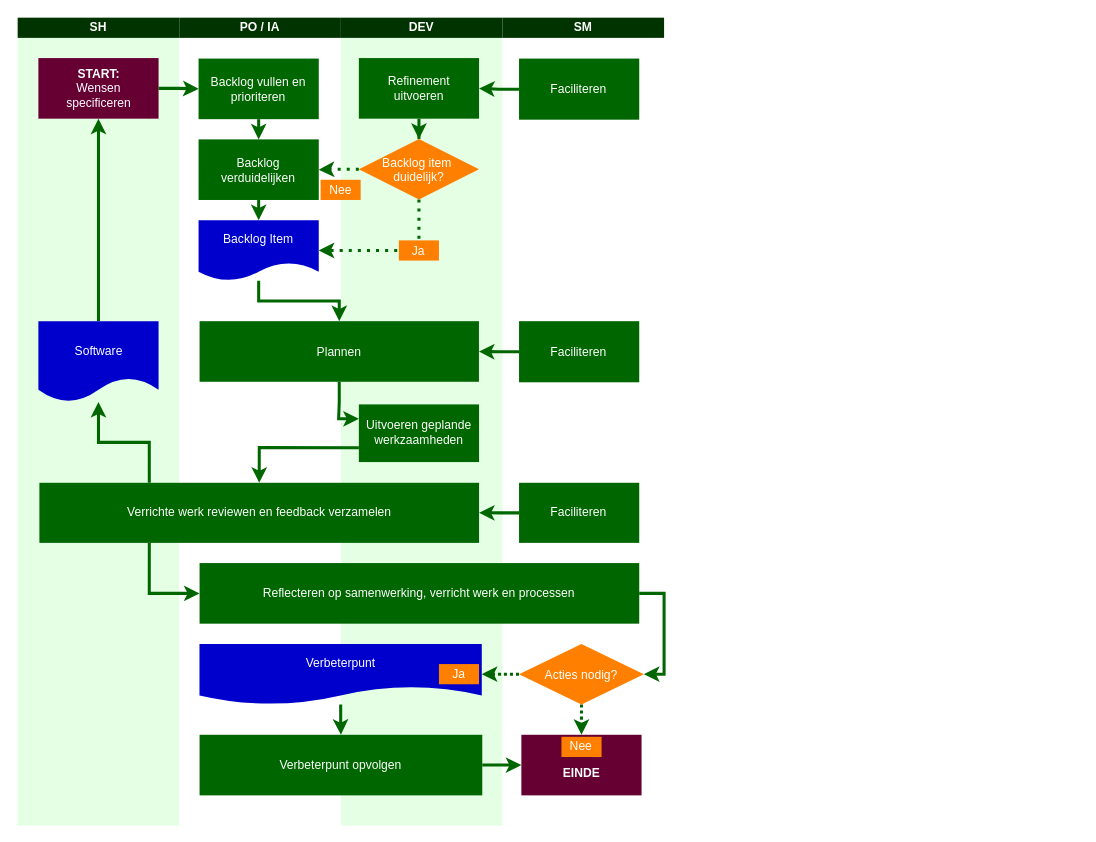
Earlier version of the draw.io diagram diagrammen/2025-05-10 Opdracht 2 IST Swimlane.drawio (LeroyGerrits/zuyd). Source tidied: cells renumbered, new cells numbered last; positions are measured from the earlier drawing's top-left corner, leaving out a move shared by most shapes. Both pictures are drawn from the tidied source at 101%, with x=0, y=0 at pixel (17, 17).
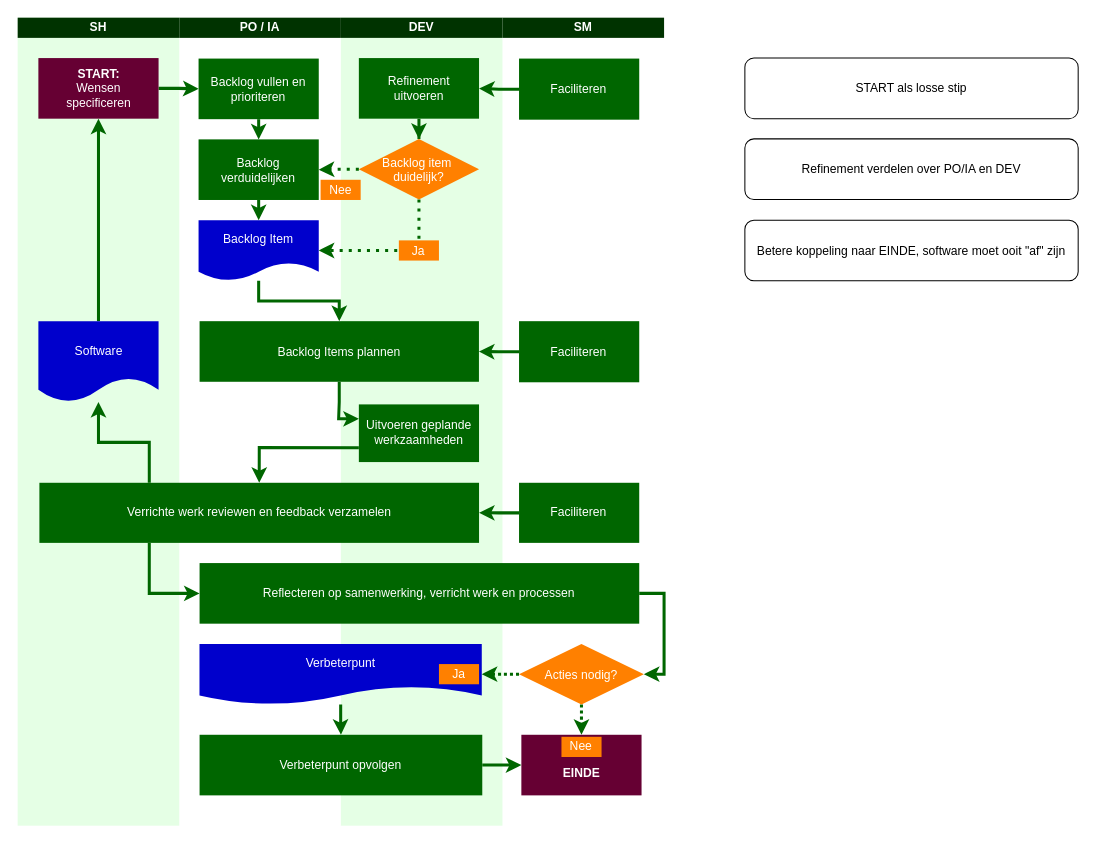
The same page after the edit.

What changed in the source:
```diff
@@
-    <mxCell id="28" value="Plannen" style="whiteSpace=wrap;strokeColor=none;fillColor=#006600;shadow=0;fontColor=#FFFFFF;fontFamily=Helvetica;fontStyle=0;html=1;fontSize=12;spacing=6;verticalAlign=middle;fillStyle=auto;" parent="1" vertex="1">
+    <mxCell id="28" value="Backlog Items plannen" style="whiteSpace=wrap;strokeColor=none;fillColor=#006600;shadow=0;fontColor=#FFFFFF;fontFamily=Helvetica;fontStyle=0;html=1;fontSize=12;spacing=6;verticalAlign=middle;fillStyle=auto;" parent="1" vertex="1">
       <mxGeometry x="180.1" y="300.5" width="276.6" height="60" as="geometry" />
     </mxCell>
@@
+    <mxCell id="50" value="Refinement verdelen over PO/IA en DEV" style="rounded=1;whiteSpace=wrap;html=1;" parent="1" vertex="1">
+      <mxGeometry x="720" y="120" width="330" height="60" as="geometry" />
+    </mxCell>
+    <mxCell id="51" value="START als losse stip" style="rounded=1;whiteSpace=wrap;html=1;" parent="1" vertex="1">
+      <mxGeometry x="720" y="40" width="330" height="60" as="geometry" />
+    </mxCell>
+    <mxCell id="52" value="Betere koppeling naar EINDE, software moet ooit &quot;af&quot; zijn" style="rounded=1;whiteSpace=wrap;html=1;" parent="1" vertex="1">
+      <mxGeometry x="720" y="200.5" width="330" height="60" as="geometry" />
+    </mxCell>
```
